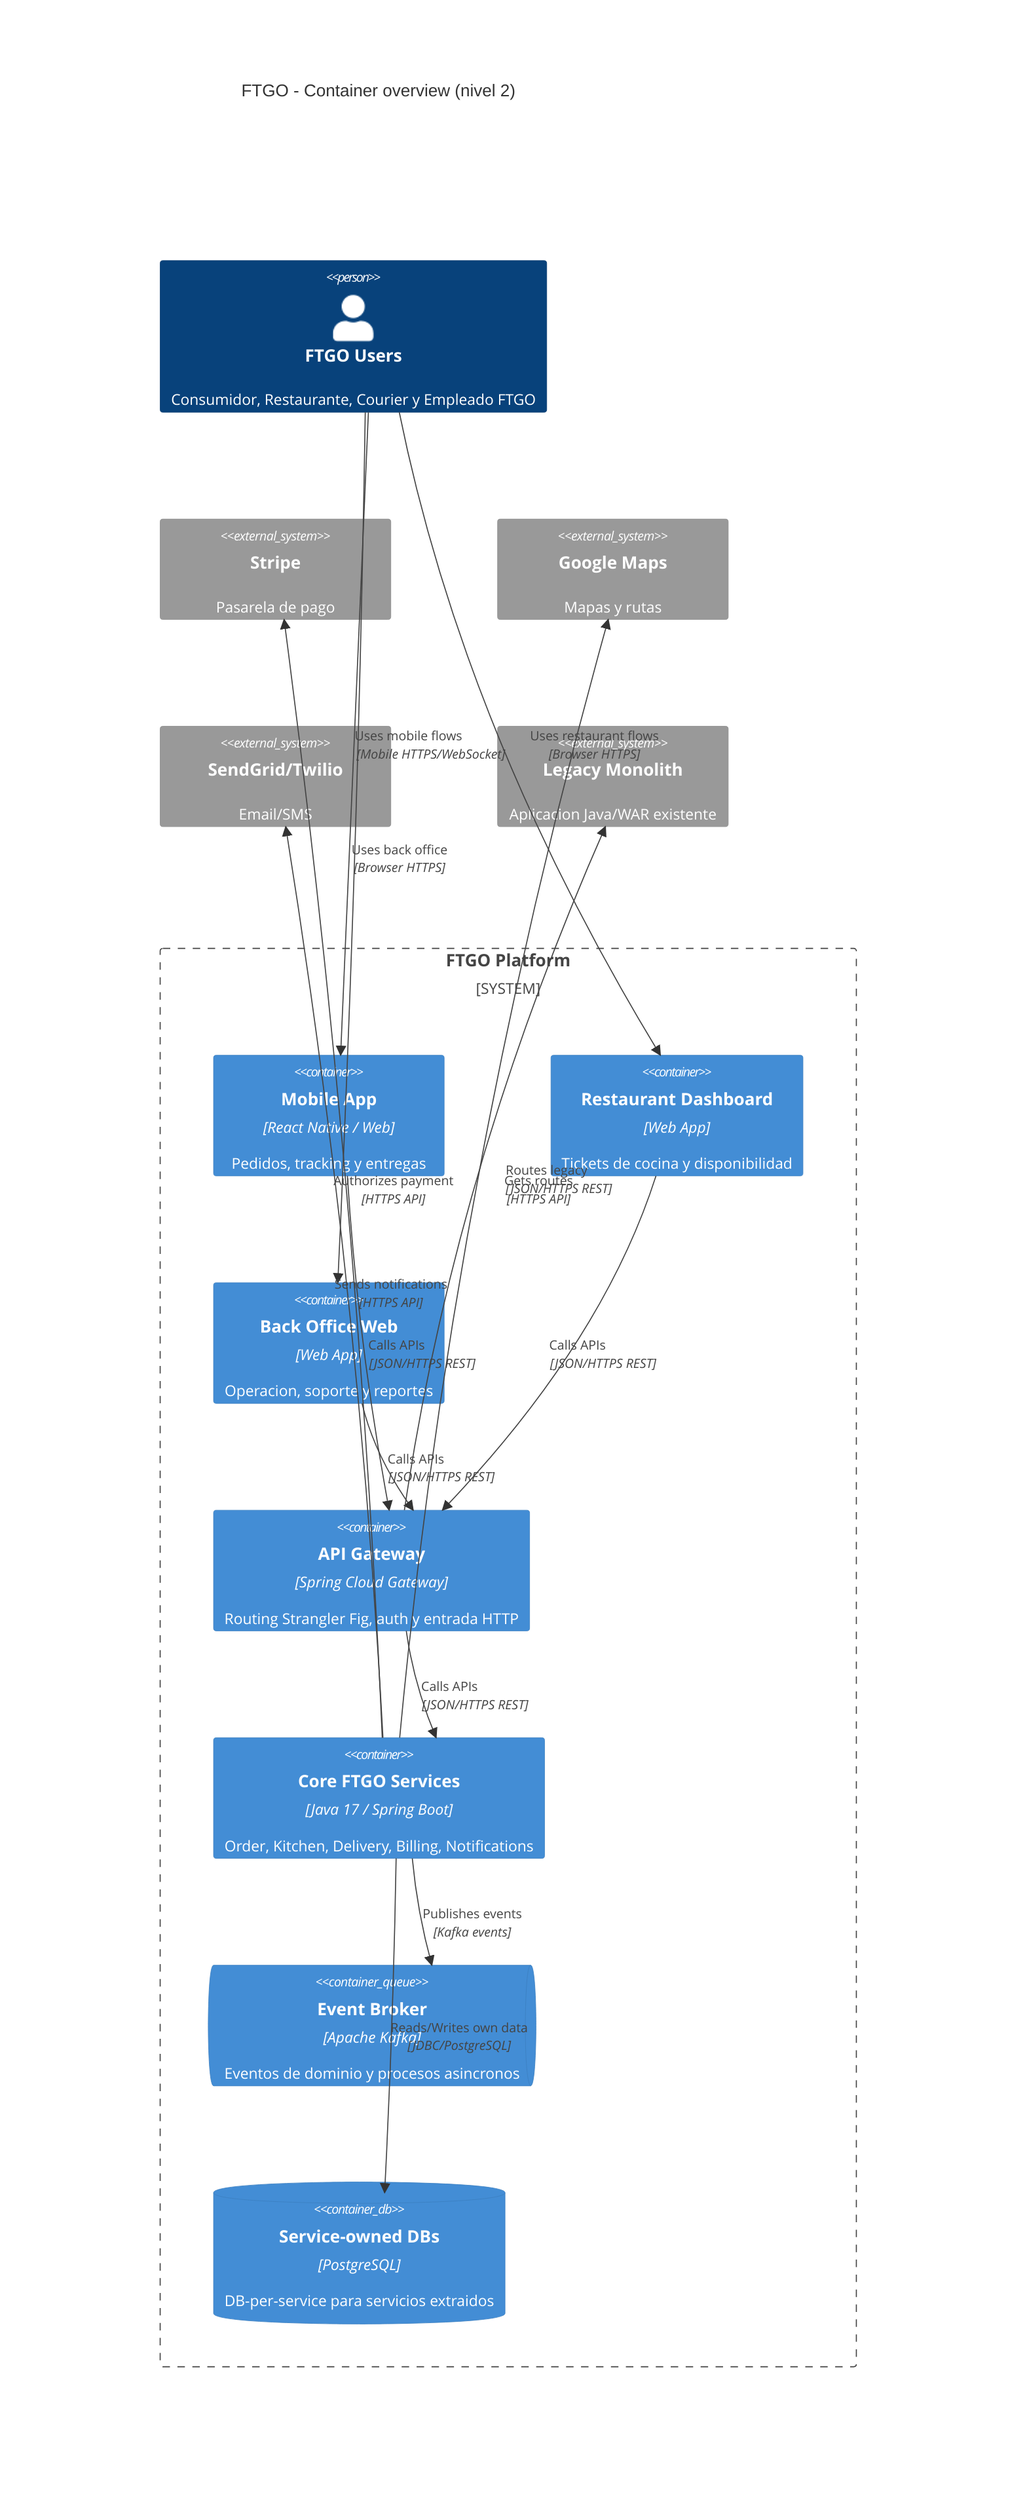
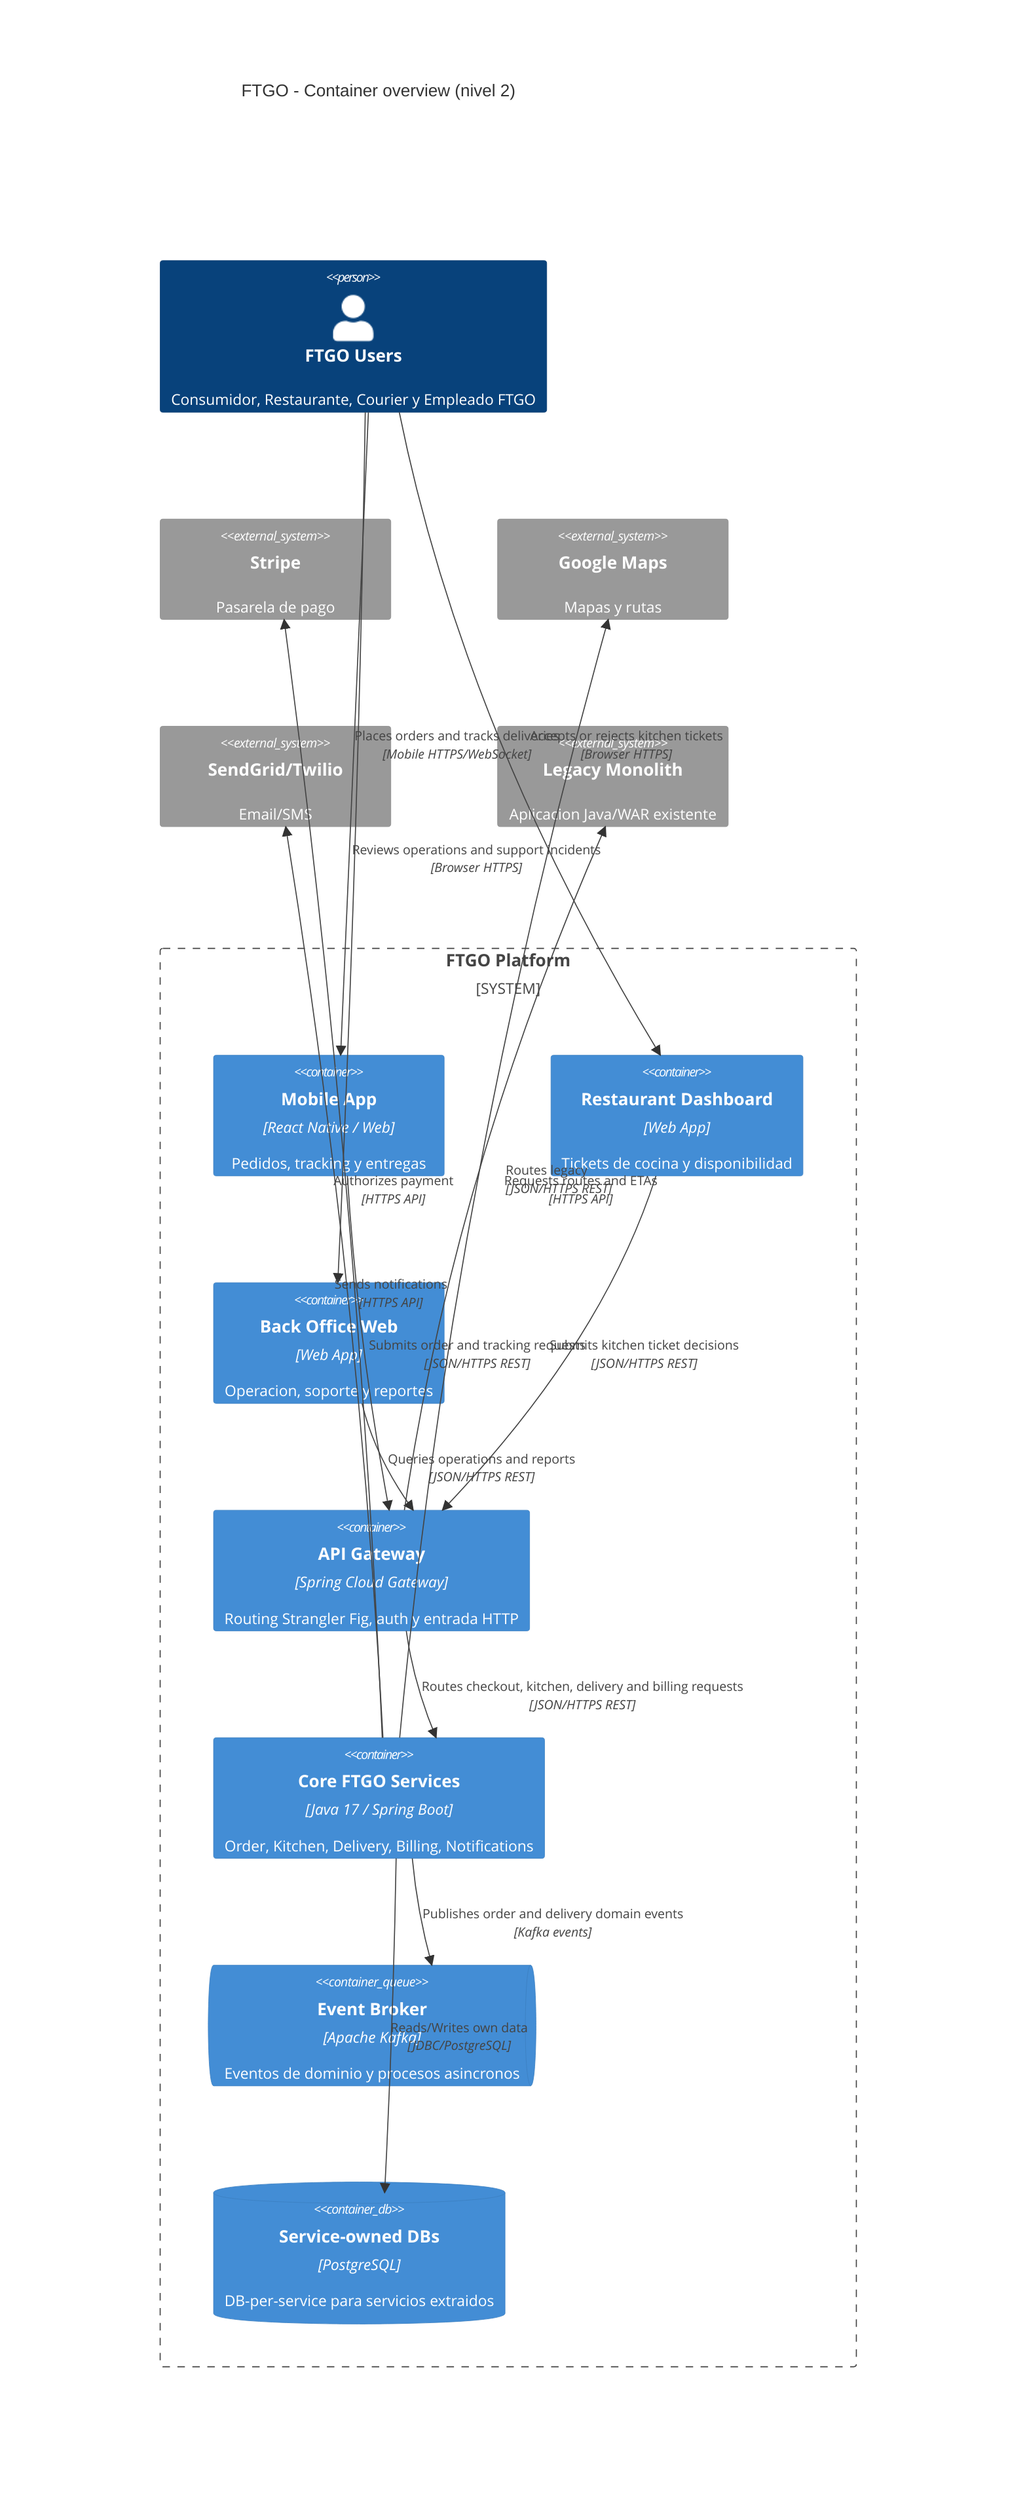
C4Container
title FTGO - Container overview (nivel 2)

Person(users, "FTGO Users", "Consumidor, Restaurante, Courier y Empleado FTGO")

System_Ext(stripe, "Stripe", "Pasarela de pago")
System_Ext(google_maps, "Google Maps", "Mapas y rutas")
System_Ext(sendgrid_twilio, "SendGrid/Twilio", "Email/SMS")
System_Ext(legacy_monolith, "Legacy Monolith", "Aplicacion Java/WAR existente")

System_Boundary(ftgo, "FTGO Platform") {
  Container(mobile_app, "Mobile App", "React Native / Web", "Pedidos, tracking y entregas")
  Container(restaurant_dashboard, "Restaurant Dashboard", "Web App", "Tickets de cocina y disponibilidad")
  Container(backoffice_web, "Back Office Web", "Web App", "Operacion, soporte y reportes")
  Container(api_gateway, "API Gateway", "Spring Cloud Gateway", "Routing Strangler Fig, auth y entrada HTTP")

  Container(core_services, "Core FTGO Services", "Java 17 / Spring Boot", "Order, Kitchen, Delivery, Billing, Notifications")
  ContainerQueue(event_broker, "Event Broker", "Apache Kafka", "Eventos de dominio y procesos asincronos")
  ContainerDb(service_dbs, "Service-owned DBs", "PostgreSQL", "DB-per-service para servicios extraidos")
}

- Rel(users, mobile_app, "Uses mobile flows", "Mobile HTTPS/WebSocket")
- Rel(users, restaurant_dashboard, "Uses restaurant flows", "Browser HTTPS")
- Rel(users, backoffice_web, "Uses back office", "Browser HTTPS")
- Rel(mobile_app, api_gateway, "Calls APIs", "JSON/HTTPS REST")
- Rel(restaurant_dashboard, api_gateway, "Calls APIs", "JSON/HTTPS REST")
- Rel(backoffice_web, api_gateway, "Calls APIs", "JSON/HTTPS REST")
- Rel(api_gateway, core_services, "Calls APIs", "JSON/HTTPS REST")
+ Rel(users, mobile_app, "Places orders and tracks deliveries", "Mobile HTTPS/WebSocket")
+ Rel(users, restaurant_dashboard, "Accepts or rejects kitchen tickets", "Browser HTTPS")
+ Rel(users, backoffice_web, "Reviews operations and support incidents", "Browser HTTPS")
+ Rel(mobile_app, api_gateway, "Submits order and tracking requests", "JSON/HTTPS REST")
+ Rel(restaurant_dashboard, api_gateway, "Submits kitchen ticket decisions", "JSON/HTTPS REST")
+ Rel(backoffice_web, api_gateway, "Queries operations and reports", "JSON/HTTPS REST")
+ Rel(api_gateway, core_services, "Routes checkout, kitchen, delivery and billing requests", "JSON/HTTPS REST")
Rel(api_gateway, legacy_monolith, "Routes legacy", "JSON/HTTPS REST")
- Rel(core_services, event_broker, "Publishes events", "Kafka events")
+ Rel(core_services, event_broker, "Publishes order and delivery domain events", "Kafka events")
Rel(core_services, service_dbs, "Reads/Writes own data", "JDBC/PostgreSQL")
Rel(core_services, stripe, "Authorizes payment", "HTTPS API")
- Rel(core_services, google_maps, "Gets routes", "HTTPS API")
+ Rel(core_services, google_maps, "Requests routes and ETAs", "HTTPS API")
Rel(core_services, sendgrid_twilio, "Sends notifications", "HTTPS API")
